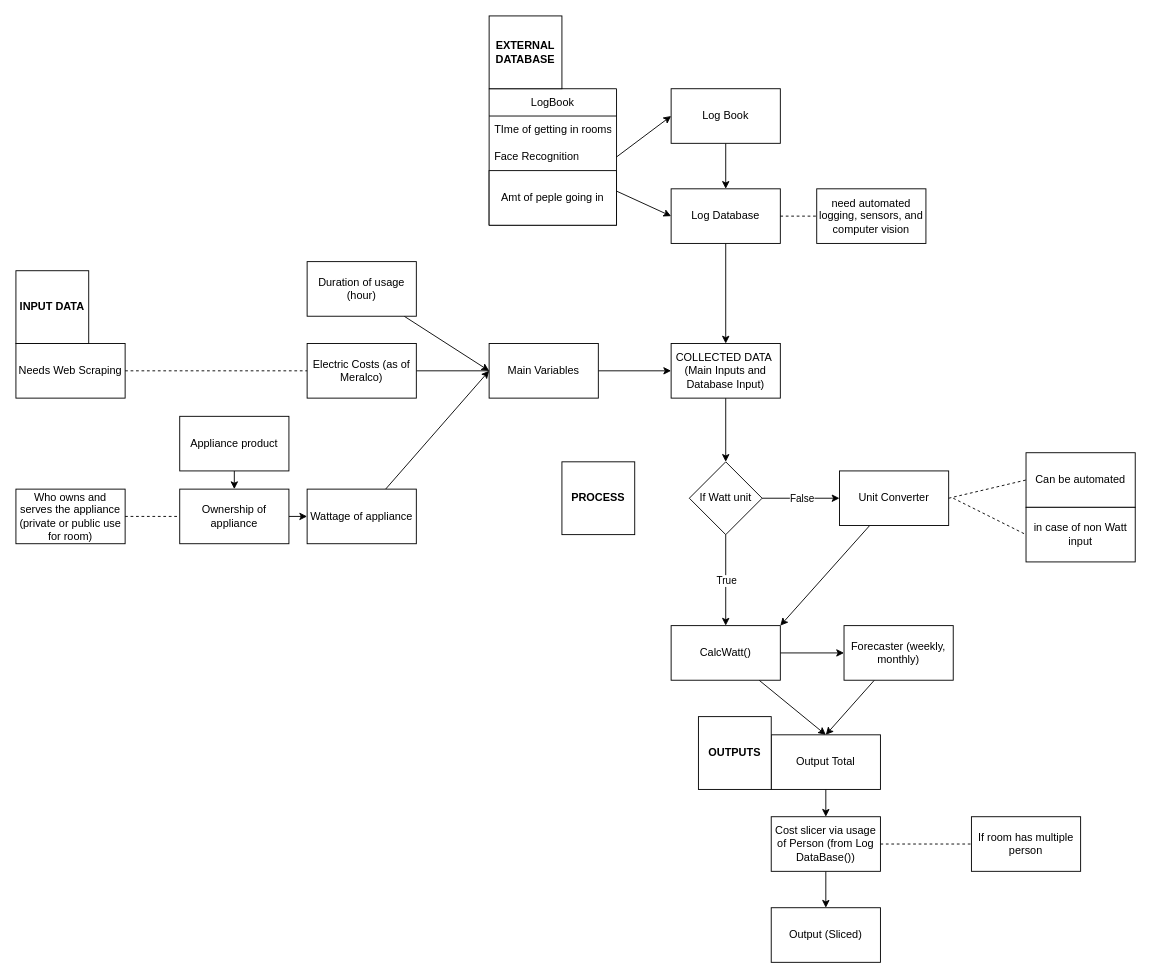
The draw.io diagram src/diagrams/PlanLayout.drawio in VemAiensi/CalcWattCost, before the edit. Source tidied: cells renumbered, new cells numbered last; positions are measured from the earlier drawing's top-left corner, leaving out a move shared by most shapes. Both pictures are drawn from the tidied source at 91%, with x=0, y=0 at pixel (15, 15).
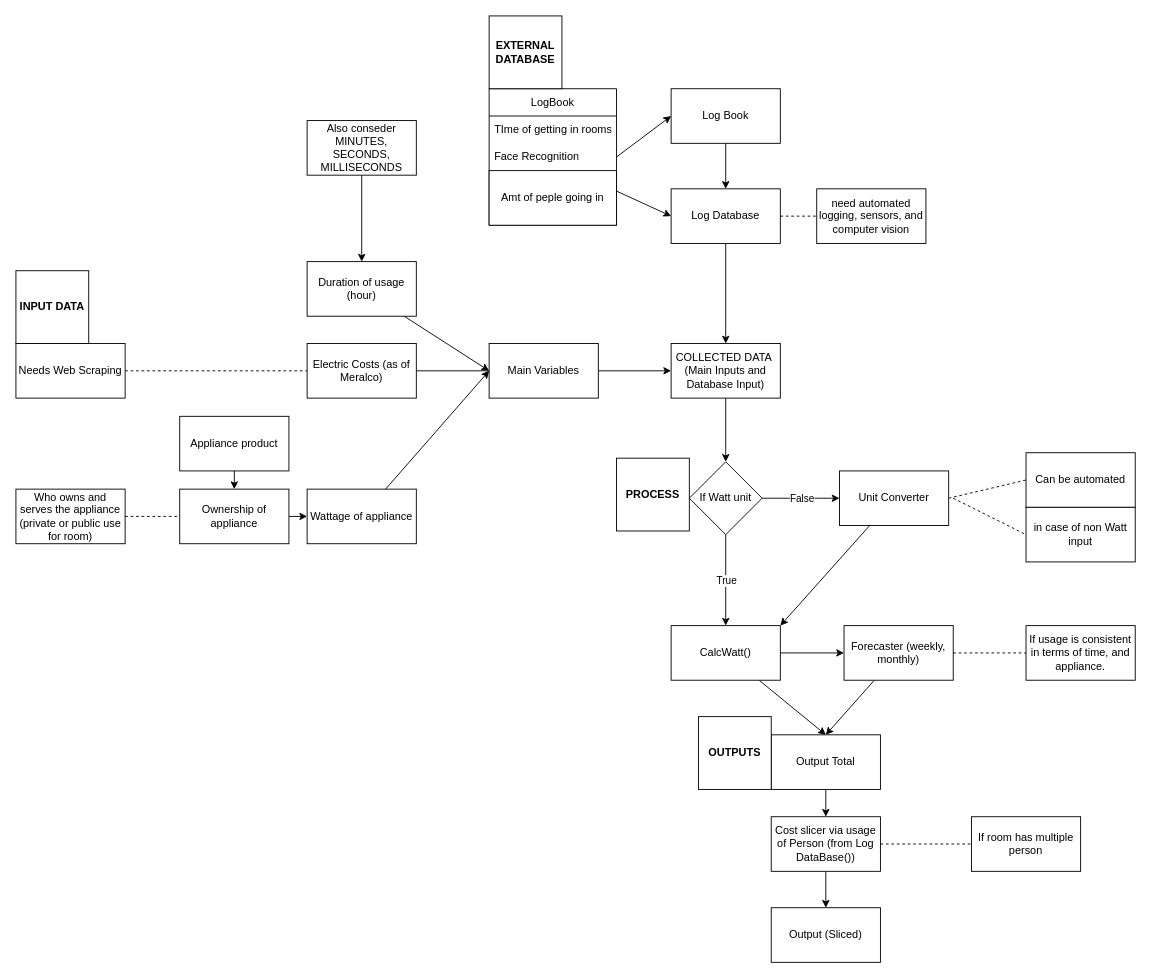
After the change.

Commit message:
This is the grand plan of our application if we want to take it to the next level

The change refers to these unchanged cells:
```xml
<mxCell id="8" value="Duration of usage (hour)" style="rounded=0;whiteSpace=wrap;html=1;" parent="1" vertex="1">
  <mxGeometry x="320" y="270" width="120" height="60" as="geometry" />
</mxCell>
<mxCell id="42" value="Forecaster (weekly, monthly)" style="rounded=0;whiteSpace=wrap;html=1;" parent="1" vertex="1">
  <mxGeometry x="910" y="670" width="120" height="60" as="geometry" />
</mxCell>
```

Diff of the diagram source:
```diff
@@
     <mxCell id="55" value="&lt;b&gt;PROCESS&lt;/b&gt;" style="whiteSpace=wrap;html=1;" parent="1" vertex="1">
-      <mxGeometry x="600" y="490" width="80" height="80" as="geometry" />
+      <mxGeometry x="660" y="486" width="80" height="80" as="geometry" />
     </mxCell>
@@
+    <mxCell id="59" style="edgeStyle=none;html=1;" parent="1" edge="1" source="60" target="8">
+      <mxGeometry relative="1" as="geometry" />
+    </mxCell>
+    <mxCell id="60" value="Also conseder MINUTES, SECONDS, MILLISECONDS" style="rounded=0;whiteSpace=wrap;html=1;" parent="1" vertex="1">
+      <mxGeometry x="320" y="115" width="120" height="60" as="geometry" />
+    </mxCell>
+    <mxCell id="61" value="If usage is consistent in terms of time, and appliance." style="rounded=0;whiteSpace=wrap;html=1;" parent="1" vertex="1">
+      <mxGeometry x="1110" y="670" width="120" height="60" as="geometry" />
+    </mxCell>
+    <mxCell id="62" style="endArrow=none;dashed=1;html=1;exitX=1;exitY=0.5;exitDx=0;exitDy=0;entryX=0;entryY=0.5;entryDx=0;entryDy=0;" parent="1" edge="1" source="42" target="61">
+      <mxGeometry relative="1" as="geometry" />
+    </mxCell>
```
